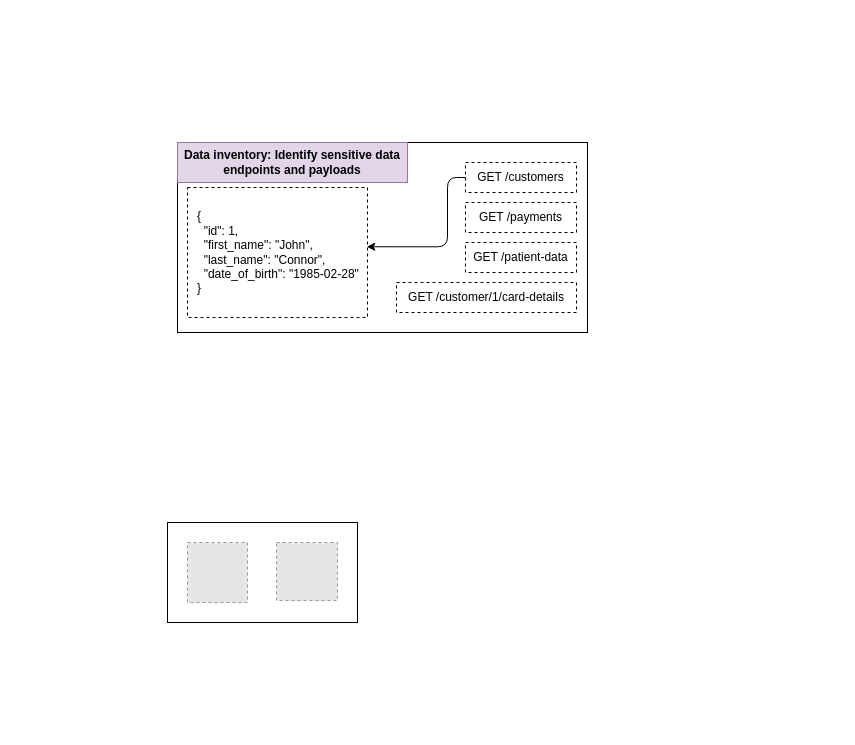
abunuwas/api-sec-book-imgs keeps this draw.io diagram as ch02.drawio. Above is the earlier version. Source tidied: cells renumbered, new cells numbered last; positions are measured from the earlier drawing's top-left corner, leaving out a move shared by most shapes. Both pictures are drawn from the tidied source at 100%, with x=0, y=0 at pixel (167, 142). Pictures stored in the file or linked from it are replaced by grey dashed boxes.
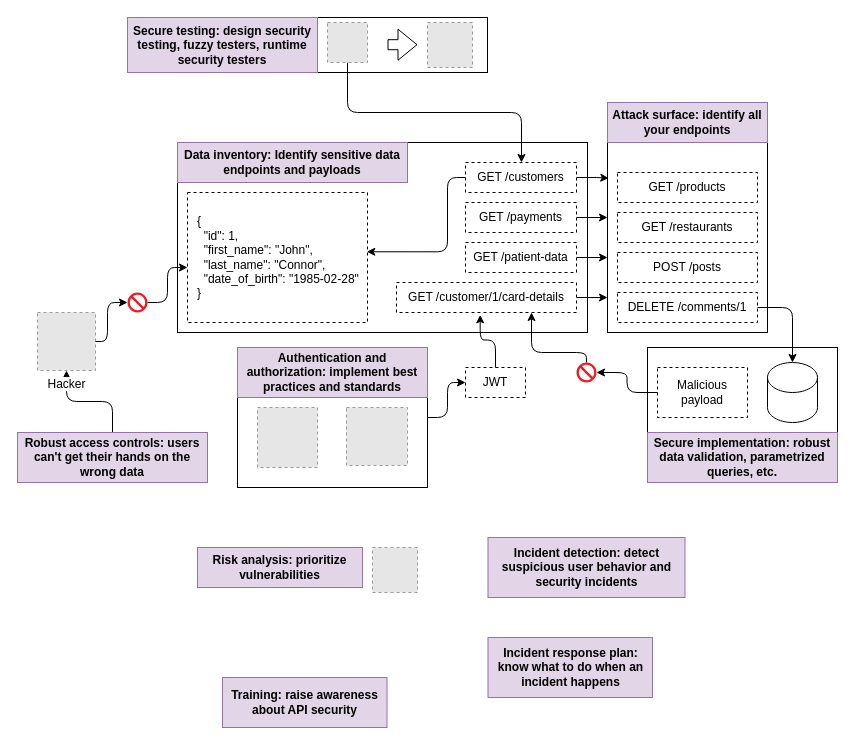
Above is the later version.

The change refers to these unchanged cells:
```xml
<mxCell id="6" value="GET /payments" style="text;html=1;strokeColor=default;fillColor=none;align=center;verticalAlign=middle;whiteSpace=wrap;rounded=0;dashed=1;" parent="1" vertex="1">
  <mxGeometry x="298" y="60" width="111" height="30" as="geometry" />
</mxCell>
<mxCell id="7" value="GET /customers" style="text;html=1;strokeColor=default;fillColor=none;align=center;verticalAlign=middle;whiteSpace=wrap;rounded=0;dashed=1;" parent="1" vertex="1">
  <mxGeometry x="298" y="20" width="111" height="30" as="geometry" />
</mxCell>
<mxCell id="8" value="GET /patient-data" style="text;html=1;strokeColor=default;fillColor=none;align=center;verticalAlign=middle;whiteSpace=wrap;rounded=0;dashed=1;" parent="1" vertex="1">
  <mxGeometry x="298" y="100" width="111" height="30" as="geometry" />
</mxCell>
<mxCell id="9" value="GET /customer/1/card-details" style="text;html=1;strokeColor=default;fillColor=none;align=center;verticalAlign=middle;whiteSpace=wrap;rounded=0;dashed=1;" parent="1" vertex="1">
  <mxGeometry x="229" y="140" width="180" height="30" as="geometry" />
</mxCell>
```

Change to the diagram source:
```diff
@@
+    <mxCell id="13" style="rounded=0;whiteSpace=wrap;html=1;" parent="1" vertex="1">
+      <mxGeometry x="-40" y="-125" width="360" height="55" as="geometry" />
+    </mxCell>
+    <mxCell id="14" style="rounded=0;whiteSpace=wrap;html=1;" parent="1" vertex="1">
+      <mxGeometry x="480" y="205" width="190" height="135" as="geometry" />
+    </mxCell>
@@
+    <mxCell id="15" style="edgeStyle=orthogonalEdgeStyle;rounded=1;jettySize=auto;html=1;entryX=0;entryY=0.5;entryDx=0;entryDy=0;curved=0;" parent="1" edge="1" source="3" target="28">
+      <mxGeometry relative="1" as="geometry" />
+    </mxCell>
     <mxCell id="3" style="rounded=0;whiteSpace=wrap;html=1;" parent="1" vertex="1">
-      <mxGeometry y="380" width="190" height="100" as="geometry" />
+      <mxGeometry x="70" y="205" width="190" height="140" as="geometry" />
     </mxCell>
     <mxCell id="4" style="fillColor=#E6E6E6;strokeColor=#999999;dashed=1;verticalLabelPosition=bottom;verticalAlign=top;" parent="1" vertex="1">
-      <mxGeometry x="20" y="400" width="60" height="60" as="geometry" />
+      <mxGeometry x="90" y="265" width="60" height="60" as="geometry" />
     </mxCell>
     <mxCell id="5" style="fillColor=#E6E6E6;strokeColor=#999999;dashed=1;verticalLabelPosition=bottom;verticalAlign=top;" parent="1" vertex="1">
-      <mxGeometry x="109" y="400" width="61" height="58" as="geometry" />
+      <mxGeometry x="179" y="265" width="61" height="58" as="geometry" />
     </mxCell>
+    <mxCell id="16" style="edgeStyle=orthogonalEdgeStyle;rounded=0;jettySize=auto;html=1;entryX=0;entryY=0.5;entryDx=0;entryDy=0;" parent="1" edge="1" source="6" target="20">
+      <mxGeometry relative="1" as="geometry" />
+    </mxCell>
@@
     <mxCell id="10" value="{&lt;br&gt;&amp;nbsp; &quot;id&quot;: 1,&lt;br&gt;&amp;nbsp; &quot;first_name&quot;: &quot;John&quot;,&lt;br&gt;&amp;nbsp; &quot;last_name&quot;: &quot;Connor&quot;,&lt;br&gt;&amp;nbsp; &quot;date_of_birth&quot;: &quot;1985-02-28&quot;&lt;br&gt;}" style="text;html=1;strokeColor=default;fillColor=none;align=left;verticalAlign=middle;whiteSpace=wrap;rounded=0;dashed=1;spacing=10;" parent="1" vertex="1">
-      <mxGeometry x="20" y="45" width="180" height="130" as="geometry" />
+      <mxGeometry x="20" y="50" width="180" height="130" as="geometry" />
     </mxCell>
     <mxCell id="11" style="edgeStyle=orthogonalEdgeStyle;rounded=1;jettySize=auto;html=1;entryX=0.996;entryY=0.456;entryDx=0;entryDy=0;entryPerimeter=0;curved=0;" parent="1" edge="1" source="7" target="10">
       <mxGeometry relative="1" as="geometry">
         <Array as="points">
           <mxPoint x="280" y="35" />
-          <mxPoint x="280" y="104" />
+          <mxPoint x="280" y="109" />
         </Array>
       </mxGeometry>
     </mxCell>
+    <mxCell id="17" value="GET /products" style="text;html=1;strokeColor=default;fillColor=none;align=center;verticalAlign=middle;whiteSpace=wrap;rounded=0;dashed=1;" parent="1" vertex="1">
+      <mxGeometry x="450" y="30" width="140" height="30" as="geometry" />
+    </mxCell>
+    <mxCell id="18" value="GET /restaurants" style="text;html=1;strokeColor=default;fillColor=none;align=center;verticalAlign=middle;whiteSpace=wrap;rounded=0;dashed=1;" parent="1" vertex="1">
+      <mxGeometry x="450" y="70" width="140" height="30" as="geometry" />
+    </mxCell>
+    <mxCell id="19" value="POST /posts" style="text;html=1;strokeColor=default;fillColor=none;align=center;verticalAlign=middle;whiteSpace=wrap;rounded=0;dashed=1;" parent="1" vertex="1">
+      <mxGeometry x="450" y="110" width="140" height="30" as="geometry" />
+    </mxCell>
+    <mxCell id="20" style="rounded=0;whiteSpace=wrap;html=1;fillColor=none;" parent="1" vertex="1">
+      <mxGeometry x="440" y="-40" width="160" height="230" as="geometry" />
+    </mxCell>
+    <mxCell id="21" style="edgeStyle=orthogonalEdgeStyle;rounded=1;jettySize=auto;html=1;curved=0;" parent="1" edge="1" source="22" target="36">
+      <mxGeometry relative="1" as="geometry" />
+    </mxCell>
+    <mxCell id="22" value="DELETE /comments/1" style="text;html=1;strokeColor=default;fillColor=none;align=center;verticalAlign=middle;whiteSpace=wrap;rounded=0;dashed=1;" parent="1" vertex="1">
+      <mxGeometry x="450" y="150" width="140" height="30" as="geometry" />
+    </mxCell>
@@
+    <mxCell id="23" value="Attack surface: identify all your endpoints" style="text;html=1;strokeColor=#9673a6;fillColor=#e1d5e7;align=center;verticalAlign=middle;whiteSpace=wrap;rounded=0;fontStyle=1;" parent="1" vertex="1">
+      <mxGeometry x="440" y="-40" width="160" height="40" as="geometry" />
+    </mxCell>
+    <mxCell id="24" style="edgeStyle=orthogonalEdgeStyle;rounded=0;jettySize=auto;html=1;entryX=0.008;entryY=0.329;entryDx=0;entryDy=0;entryPerimeter=0;" parent="1" edge="1" source="7" target="20">
+      <mxGeometry relative="1" as="geometry" />
+    </mxCell>
+    <mxCell id="25" style="edgeStyle=orthogonalEdgeStyle;rounded=0;jettySize=auto;html=1;entryX=0;entryY=0.674;entryDx=0;entryDy=0;entryPerimeter=0;" parent="1" edge="1" source="8" target="20">
+      <mxGeometry relative="1" as="geometry" />
+    </mxCell>
+    <mxCell id="26" style="edgeStyle=orthogonalEdgeStyle;rounded=0;jettySize=auto;html=1;entryX=0;entryY=0.848;entryDx=0;entryDy=0;entryPerimeter=0;" parent="1" edge="1" source="9" target="20">
+      <mxGeometry relative="1" as="geometry" />
+    </mxCell>
+    <mxCell id="27" value="Authentication and authorization: implement best practices and standards" style="text;html=1;strokeColor=#9673a6;fillColor=#e1d5e7;align=center;verticalAlign=middle;whiteSpace=wrap;rounded=0;fontStyle=1;" parent="1" vertex="1">
+      <mxGeometry x="70" y="205" width="190" height="50" as="geometry" />
+    </mxCell>
+    <mxCell id="28" value="JWT" style="text;html=1;strokeColor=default;fillColor=none;align=center;verticalAlign=middle;whiteSpace=wrap;rounded=0;dashed=1;" parent="1" vertex="1">
+      <mxGeometry x="298" y="225" width="60" height="30" as="geometry" />
+    </mxCell>
+    <mxCell id="29" style="edgeStyle=orthogonalEdgeStyle;rounded=1;jettySize=auto;html=1;entryX=0.465;entryY=1.078;entryDx=0;entryDy=0;entryPerimeter=0;curved=0;" parent="1" edge="1" source="28" target="9">
+      <mxGeometry relative="1" as="geometry" />
+    </mxCell>
+    <mxCell id="30" style="sketch=0;shadow=0;dashed=0;html=1;strokeColor=none;labelPosition=center;verticalLabelPosition=bottom;verticalAlign=top;align=center;shape=mxgraph.mscae.enterprise.not_allowed;fillColor=#EA1C24;" parent="1" vertex="1">
+      <mxGeometry x="-40" y="150" width="20" height="20" as="geometry" />
+    </mxCell>
+    <mxCell id="31" style="edgeStyle=orthogonalEdgeStyle;rounded=1;jettySize=auto;html=1;curved=0;" parent="1" edge="1" source="32" target="33">
+      <mxGeometry relative="1" as="geometry" />
+    </mxCell>
+    <mxCell id="32" value="Robust access controls: users can't get their hands on the wrong data" style="text;html=1;strokeColor=#9673a6;fillColor=#e1d5e7;align=center;verticalAlign=middle;whiteSpace=wrap;rounded=0;fontStyle=1;" parent="1" vertex="1">
+      <mxGeometry x="-150" y="290" width="190" height="50" as="geometry" />
+    </mxCell>
+    <mxCell id="33" value="Hacker" style="fillColor=#E6E6E6;strokeColor=#999999;dashed=1;html=1;verticalAlign=top;verticalLabelPosition=bottom;labelBackgroundColor=#ffffff;" parent="1" vertex="1">
+      <mxGeometry x="-130" y="170" width="58" height="58" as="geometry" />
+    </mxCell>
+    <mxCell id="34" style="edgeStyle=orthogonalEdgeStyle;rounded=1;jettySize=auto;html=1;entryX=0;entryY=0.5;entryDx=0;entryDy=0;entryPerimeter=0;curved=0;" parent="1" edge="1" source="33" target="30">
+      <mxGeometry relative="1" as="geometry">
+        <Array as="points">
+          <mxPoint x="-60" y="199" />
+          <mxPoint x="-60" y="160" />
+        </Array>
+      </mxGeometry>
+    </mxCell>
+    <mxCell id="35" style="edgeStyle=orthogonalEdgeStyle;rounded=1;jettySize=auto;html=1;entryX=0;entryY=0.577;entryDx=0;entryDy=0;entryPerimeter=0;curved=0;" parent="1" edge="1" source="30" target="10">
+      <mxGeometry relative="1" as="geometry" />
+    </mxCell>
+    <mxCell id="36" style="shape=cylinder3;whiteSpace=wrap;html=1;boundedLbl=1;backgroundOutline=1;size=15;" parent="1" vertex="1">
+      <mxGeometry x="600" y="220" width="50" height="60" as="geometry" />
+    </mxCell>
+    <mxCell id="37" value="Secure implementation: robust data validation, parametrized queries, etc." style="text;html=1;strokeColor=#9673a6;fillColor=#e1d5e7;align=center;verticalAlign=middle;whiteSpace=wrap;rounded=0;fontStyle=1;" parent="1" vertex="1">
+      <mxGeometry x="480" y="290" width="190" height="50" as="geometry" />
+    </mxCell>
+    <mxCell id="38" value="Malicious payload" style="text;html=1;strokeColor=default;fillColor=none;align=center;verticalAlign=middle;whiteSpace=wrap;rounded=0;dashed=1;" parent="1" vertex="1">
+      <mxGeometry x="490" y="225" width="90" height="50" as="geometry" />
+    </mxCell>
+    <mxCell id="39" style="edgeStyle=orthogonalEdgeStyle;rounded=1;jettySize=auto;html=1;entryX=0.75;entryY=1;entryDx=0;entryDy=0;curved=0;" parent="1" edge="1" source="40" target="9">
+      <mxGeometry relative="1" as="geometry">
+        <Array as="points">
+          <mxPoint x="419" y="210" />
+          <mxPoint x="364" y="210" />
+        </Array>
+      </mxGeometry>
+    </mxCell>
+    <mxCell id="40" style="sketch=0;shadow=0;dashed=0;html=1;strokeColor=none;labelPosition=center;verticalLabelPosition=bottom;verticalAlign=top;align=center;shape=mxgraph.mscae.enterprise.not_allowed;fillColor=#EA1C24;" parent="1" vertex="1">
+      <mxGeometry x="409" y="220" width="20" height="20" as="geometry" />
+    </mxCell>
+    <mxCell id="41" style="edgeStyle=orthogonalEdgeStyle;rounded=1;jettySize=auto;html=1;entryX=1;entryY=0.5;entryDx=0;entryDy=0;entryPerimeter=0;curved=0;" parent="1" edge="1" source="38" target="40">
+      <mxGeometry relative="1" as="geometry" />
+    </mxCell>
+    <mxCell id="42" style="fillColor=#E6E6E6;strokeColor=#999999;dashed=1;html=1;verticalAlign=top;verticalLabelPosition=bottom;labelBackgroundColor=#ffffff;" parent="1" vertex="1">
+      <mxGeometry x="260" y="-120" width="45" height="45" as="geometry" />
+    </mxCell>
+    <mxCell id="43" value="Secure testing: design security testing, fuzzy testers, runtime security testers" style="text;html=1;strokeColor=#9673a6;fillColor=#e1d5e7;align=center;verticalAlign=middle;whiteSpace=wrap;rounded=0;fontStyle=1;" parent="1" vertex="1">
+      <mxGeometry x="-40" y="-125" width="190" height="55" as="geometry" />
+    </mxCell>
+    <mxCell id="44" style="edgeStyle=orthogonalEdgeStyle;rounded=1;jettySize=auto;html=1;curved=0;" parent="1" edge="1" source="45" target="7">
+      <mxGeometry relative="1" as="geometry">
+        <Array as="points">
+          <mxPoint x="180" y="-30" />
+          <mxPoint x="354" y="-30" />
+        </Array>
+      </mxGeometry>
+    </mxCell>
+    <mxCell id="45" style="fillColor=#E6E6E6;strokeColor=#999999;dashed=1;html=1;verticalLabelPosition=bottom;labelBackgroundColor=#ffffff;verticalAlign=top;" parent="1" vertex="1">
+      <mxGeometry x="160" y="-120" width="40" height="40" as="geometry" />
+    </mxCell>
+    <mxCell id="46" style="shape=flexArrow;endArrow=classic;html=1;rounded=0;" parent="1" edge="1">
+      <mxGeometry relative="1" as="geometry">
+        <mxPoint x="220" y="-97.8" as="sourcePoint" />
+        <mxPoint x="250" y="-97.8" as="targetPoint" />
+      </mxGeometry>
+    </mxCell>
+    <mxCell id="47" value="Risk analysis: prioritize vulnerabilities" style="text;html=1;strokeColor=#9673a6;fillColor=#e1d5e7;align=center;verticalAlign=middle;whiteSpace=wrap;rounded=0;fontStyle=1;" parent="1" vertex="1">
+      <mxGeometry x="30" y="405" width="165" height="40" as="geometry" />
+    </mxCell>
+    <mxCell id="48" style="fillColor=#E6E6E6;strokeColor=#999999;dashed=1;html=1;verticalAlign=top;verticalLabelPosition=bottom;labelBackgroundColor=#ffffff;" parent="1" vertex="1">
+      <mxGeometry x="205" y="405" width="45" height="45" as="geometry" />
+    </mxCell>
+    <mxCell id="49" value="Incident detection: detect suspicious user behavior and security incidents" style="text;html=1;strokeColor=#9673a6;fillColor=#e1d5e7;align=center;verticalAlign=middle;whiteSpace=wrap;rounded=0;fontStyle=1;" parent="1" vertex="1">
+      <mxGeometry x="320.5" y="395" width="197" height="60" as="geometry" />
+    </mxCell>
+    <mxCell id="50" value="Incident response plan: know what to do when an incident happens" style="text;html=1;strokeColor=#9673a6;fillColor=#e1d5e7;align=center;verticalAlign=middle;whiteSpace=wrap;rounded=0;fontStyle=1;" parent="1" vertex="1">
+      <mxGeometry x="320.5" y="495" width="164.5" height="60" as="geometry" />
+    </mxCell>
+    <mxCell id="51" value="Training: raise awareness about API security" style="text;html=1;strokeColor=#9673a6;fillColor=#e1d5e7;align=center;verticalAlign=middle;whiteSpace=wrap;rounded=0;fontStyle=1;" parent="1" vertex="1">
+      <mxGeometry x="55" y="535" width="164.5" height="50" as="geometry" />
+    </mxCell>
```
